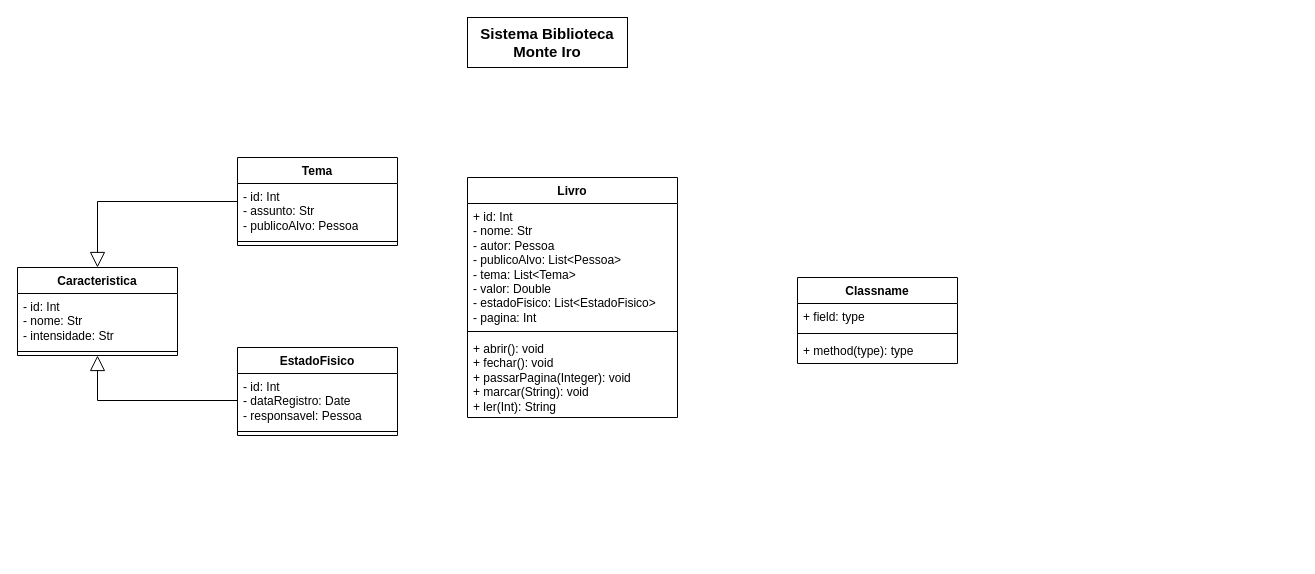
This is SistemaBibliotecaUML.drawio from Sant-Thiago/Estudos, a draw.io file, before an edit. Source tidied: cells renumbered, new cells numbered last; positions are measured from the earlier drawing's top-left corner, leaving out a move shared by most shapes. Both pictures are drawn from the tidied source at 100%, with x=0, y=0 at pixel (17, 17).
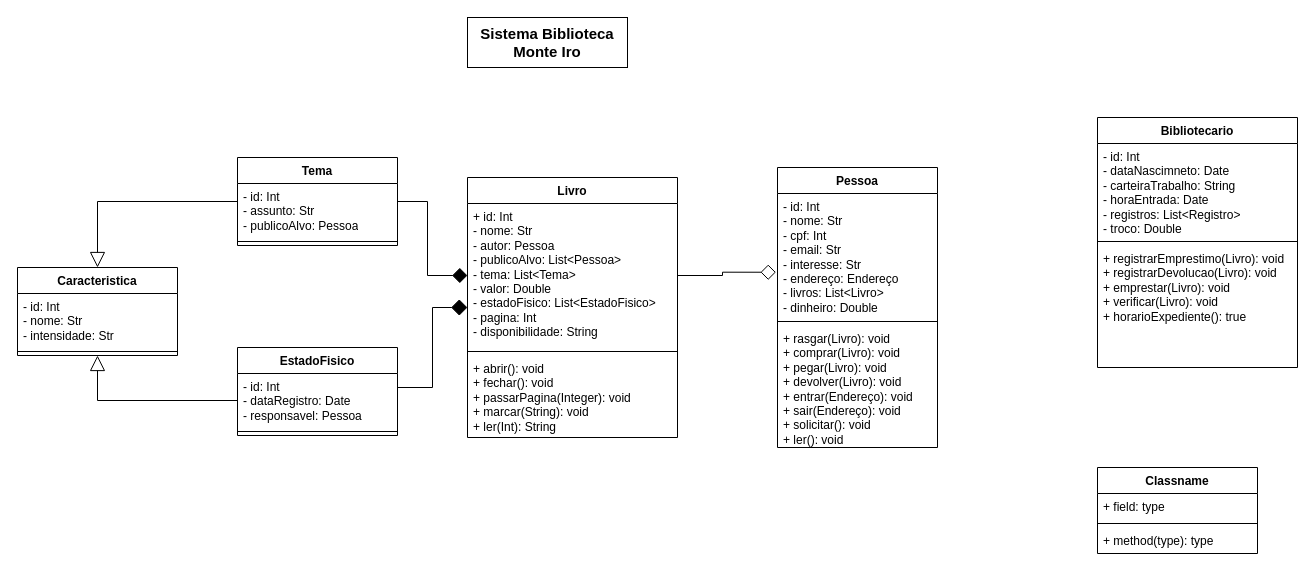
The same page after the edit.

The change refers to these unchanged cells:
```xml
<mxCell id="14" value="Tema" style="swimlane;fontStyle=1;align=center;verticalAlign=top;horizontal=1;startSize=26;whiteSpace=wrap;html=1;" parent="1" vertex="1">
  <mxGeometry x="220" y="140" width="160" height="88" as="geometry" />
</mxCell>
```

Diff of the diagram source:
```diff
@@
-    <mxCell id="5" value="Classname" style="swimlane;fontStyle=1;align=center;verticalAlign=top;horizontal=1;startSize=26;whiteSpace=wrap;html=1;" parent="1" vertex="1">
-      <mxGeometry x="780" y="260" width="160" height="86" as="geometry" />
+    <mxCell id="5" value="Pessoa" style="swimlane;fontStyle=1;align=center;verticalAlign=top;horizontal=1;startSize=26;whiteSpace=wrap;html=1;" parent="1" vertex="1">
+      <mxGeometry x="760" y="150" width="160" height="280" as="geometry" />
     </mxCell>
-    <mxCell id="6" value="+ field: type" style="text;strokeColor=none;fillColor=none;align=left;verticalAlign=top;spacingLeft=4;spacingRight=4;overflow=hidden;points=[[0,0.5],[1,0.5]];portConstraint=eastwest;whiteSpace=wrap;html=1;" parent="5" vertex="1">
-      <mxGeometry y="26" width="160" height="26" as="geometry" />
+    <mxCell id="6" value="- id: Int&lt;div&gt;- nome: Str&lt;/div&gt;&lt;div&gt;- cpf: Int&lt;/div&gt;&lt;div&gt;- email: Str&lt;/div&gt;&lt;div&gt;- interesse: Str&lt;/div&gt;&lt;div&gt;- endereço: Endereço&lt;/div&gt;&lt;div&gt;- livros: List&amp;lt;Livro&amp;gt;&lt;/div&gt;&lt;div&gt;- dinheiro: Double&lt;/div&gt;" style="text;strokeColor=none;fillColor=none;align=left;verticalAlign=top;spacingLeft=4;spacingRight=4;overflow=hidden;points=[[0,0.5],[1,0.5]];portConstraint=eastwest;whiteSpace=wrap;html=1;" parent="5" vertex="1">
+      <mxGeometry y="26" width="160" height="124" as="geometry" />
     </mxCell>
     <mxCell id="7" style="line;strokeWidth=1;fillColor=none;align=left;verticalAlign=middle;spacingTop=-1;spacingLeft=3;spacingRight=3;labelPosition=right;strokeColor=inherit;" parent="5" vertex="1">
-      <mxGeometry y="52" width="160" height="8" as="geometry" />
+      <mxGeometry y="150" width="160" height="8" as="geometry" />
     </mxCell>
-    <mxCell id="8" value="+ method(type): type" style="text;strokeColor=none;fillColor=none;align=left;verticalAlign=top;spacingLeft=4;spacingRight=4;overflow=hidden;whiteSpace=wrap;html=1;" parent="5" vertex="1">
-      <mxGeometry y="60" width="160" height="26" as="geometry" />
+    <mxCell id="8" value="+ rasgar(Livro): void&lt;div&gt;+ comprar(Livro): void&lt;/div&gt;&lt;div&gt;+ pegar(Livro): void&lt;/div&gt;&lt;div&gt;+ devolver(Livro): void&lt;/div&gt;&lt;div&gt;+ entrar(Endereço): void&lt;/div&gt;&lt;div&gt;+ sair(Endereço): void&lt;/div&gt;&lt;div&gt;+ solicitar(): void&lt;/div&gt;&lt;div&gt;+ ler(): void&lt;/div&gt;" style="text;strokeColor=none;fillColor=none;align=left;verticalAlign=top;spacingLeft=4;spacingRight=4;overflow=hidden;whiteSpace=wrap;html=1;" parent="5" vertex="1">
+      <mxGeometry y="158" width="160" height="122" as="geometry" />
     </mxCell>
     <mxCell id="9" value="Livro" style="swimlane;fontStyle=1;align=center;verticalAlign=top;horizontal=1;startSize=26;whiteSpace=wrap;html=1;" parent="1" vertex="1">
-      <mxGeometry x="450" y="160" width="210" height="240" as="geometry" />
+      <mxGeometry x="450" y="160" width="210" height="260" as="geometry" />
     </mxCell>
-    <mxCell id="10" value="+ id: Int&lt;div&gt;- nome: Str&lt;/div&gt;&lt;div&gt;- autor: Pessoa&lt;/div&gt;&lt;div&gt;- publicoAlvo: List&amp;lt;Pessoa&amp;gt;&amp;nbsp;&lt;/div&gt;&lt;div&gt;- tema: List&amp;lt;Tema&amp;gt;&lt;/div&gt;&lt;div&gt;- valor: Double&lt;/div&gt;&lt;div&gt;- estadoFisico: List&amp;lt;EstadoFisico&amp;gt;&lt;/div&gt;&lt;div&gt;- pagina: Int&lt;/div&gt;" style="text;strokeColor=none;fillColor=none;align=left;verticalAlign=top;spacingLeft=4;spacingRight=4;overflow=hidden;points=[[0,0.5],[1,0.5]];portConstraint=eastwest;whiteSpace=wrap;html=1;" parent="9" vertex="1">
-      <mxGeometry y="26" width="210" height="124" as="geometry" />
+    <mxCell id="10" value="+ id: Int&lt;div&gt;- nome: Str&lt;/div&gt;&lt;div&gt;- autor: Pessoa&lt;/div&gt;&lt;div&gt;- publicoAlvo: List&amp;lt;Pessoa&amp;gt;&amp;nbsp;&lt;/div&gt;&lt;div&gt;- tema: List&amp;lt;Tema&amp;gt;&lt;/div&gt;&lt;div&gt;- valor: Double&lt;/div&gt;&lt;div&gt;- estadoFisico: List&amp;lt;EstadoFisico&amp;gt;&lt;/div&gt;&lt;div&gt;- pagina: Int&lt;/div&gt;&lt;div&gt;- disponibilidade: String&lt;/div&gt;" style="text;strokeColor=none;fillColor=none;align=left;verticalAlign=top;spacingLeft=4;spacingRight=4;overflow=hidden;points=[[0,0.5],[1,0.5]];portConstraint=eastwest;whiteSpace=wrap;html=1;" parent="9" vertex="1">
+      <mxGeometry y="26" width="210" height="144" as="geometry" />
     </mxCell>
     <mxCell id="11" style="line;strokeWidth=1;fillColor=none;align=left;verticalAlign=middle;spacingTop=-1;spacingLeft=3;spacingRight=3;labelPosition=right;strokeColor=inherit;" parent="9" vertex="1">
-      <mxGeometry y="150" width="210" height="8" as="geometry" />
+      <mxGeometry y="170" width="210" height="8" as="geometry" />
     </mxCell>
     <mxCell id="12" value="+ abrir(): void&lt;div&gt;+ fechar(): void&lt;/div&gt;&lt;div&gt;+ passarPagina(Integer): void&lt;/div&gt;&lt;div&gt;+ marcar(String): void&lt;/div&gt;&lt;div&gt;+ ler(Int): String&lt;/div&gt;" style="text;strokeColor=none;fillColor=none;align=left;verticalAlign=top;spacingLeft=4;spacingRight=4;overflow=hidden;whiteSpace=wrap;html=1;" parent="9" vertex="1">
-      <mxGeometry y="158" width="210" height="82" as="geometry" />
+      <mxGeometry y="178" width="210" height="82" as="geometry" />
     </mxCell>
@@
+    <mxCell id="22" style="edgeStyle=orthogonalEdgeStyle;rounded=0;jettySize=auto;html=1;entryX=0;entryY=0.5;entryDx=0;entryDy=0;endArrow=diamond;endFill=1;endSize=13;" parent="1" edge="1" source="14" target="10">
+      <mxGeometry relative="1" as="geometry" />
+    </mxCell>
@@
+    <mxCell id="23" style="edgeStyle=orthogonalEdgeStyle;rounded=0;orthogonalLoop=1;jettySize=auto;html=1;endArrow=diamond;endFill=1;endSize=14;" parent="1" edge="1">
+      <mxGeometry relative="1" as="geometry">
+        <mxPoint x="380" y="370" as="sourcePoint" />
+        <mxPoint x="450" y="290" as="targetPoint" />
+        <Array as="points">
+          <mxPoint x="380" y="370" />
+          <mxPoint x="415" y="370" />
+          <mxPoint x="415" y="290" />
+        </Array>
+      </mxGeometry>
+    </mxCell>
+    <mxCell id="24" style="edgeStyle=orthogonalEdgeStyle;rounded=0;jettySize=auto;html=1;entryX=-0.01;entryY=0.635;entryDx=0;entryDy=0;entryPerimeter=0;endArrow=diamond;endFill=0;endSize=13;" parent="1" edge="1" source="10" target="6">
+      <mxGeometry relative="1" as="geometry" />
+    </mxCell>
+    <mxCell id="25" value="Bibliotecario" style="swimlane;fontStyle=1;align=center;verticalAlign=top;horizontal=1;startSize=26;whiteSpace=wrap;html=1;" parent="1" vertex="1">
+      <mxGeometry x="1080" y="100" width="200" height="250" as="geometry" />
+    </mxCell>
+    <mxCell id="26" value="- id: Int&lt;div&gt;- dataNascimneto: Date&lt;/div&gt;&lt;div&gt;- carteiraTrabalho: String&lt;/div&gt;&lt;div&gt;- horaEntrada: Date&lt;/div&gt;&lt;div&gt;- registros: List&amp;lt;Registro&amp;gt;&lt;/div&gt;&lt;div&gt;- troco: Double&lt;/div&gt;" style="text;strokeColor=none;fillColor=none;align=left;verticalAlign=top;spacingLeft=4;spacingRight=4;overflow=hidden;whiteSpace=wrap;html=1;" parent="25" vertex="1">
+      <mxGeometry y="26" width="200" height="94" as="geometry" />
+    </mxCell>
+    <mxCell id="27" style="line;strokeWidth=1;fillColor=none;align=left;verticalAlign=middle;spacingTop=-1;spacingLeft=3;spacingRight=3;labelPosition=right;strokeColor=inherit;" parent="25" vertex="1">
+      <mxGeometry y="120" width="200" height="8" as="geometry" />
+    </mxCell>
+    <mxCell id="28" value="+ registrarEmprestimo(Livro): void&lt;div&gt;+ registrarDevolucao(Livro): void&lt;/div&gt;&lt;div&gt;+ emprestar(Livro): void&lt;/div&gt;&lt;div&gt;+ verificar(Livro): void&lt;/div&gt;&lt;div&gt;+ horarioExpediente(): true&lt;/div&gt;" style="text;strokeColor=none;fillColor=none;align=left;verticalAlign=top;spacingLeft=4;spacingRight=4;overflow=hidden;whiteSpace=wrap;html=1;" parent="25" vertex="1">
+      <mxGeometry y="128" width="200" height="122" as="geometry" />
+    </mxCell>
+    <mxCell id="29" value="Classname" style="swimlane;fontStyle=1;align=center;verticalAlign=top;horizontal=1;startSize=26;whiteSpace=wrap;html=1;" parent="1" vertex="1">
+      <mxGeometry x="1080" y="450" width="160" height="86" as="geometry" />
+    </mxCell>
+    <mxCell id="30" value="+ field: type" style="text;strokeColor=none;fillColor=none;align=left;verticalAlign=top;spacingLeft=4;spacingRight=4;overflow=hidden;whiteSpace=wrap;html=1;" parent="29" vertex="1">
+      <mxGeometry y="26" width="160" height="26" as="geometry" />
+    </mxCell>
+    <mxCell id="31" style="line;strokeWidth=1;fillColor=none;align=left;verticalAlign=middle;spacingTop=-1;spacingLeft=3;spacingRight=3;labelPosition=right;strokeColor=inherit;" parent="29" vertex="1">
+      <mxGeometry y="52" width="160" height="8" as="geometry" />
+    </mxCell>
+    <mxCell id="32" value="+ method(type): type" style="text;strokeColor=none;fillColor=none;align=left;verticalAlign=top;spacingLeft=4;spacingRight=4;overflow=hidden;whiteSpace=wrap;html=1;" parent="29" vertex="1">
+      <mxGeometry y="60" width="160" height="26" as="geometry" />
+    </mxCell>
```
